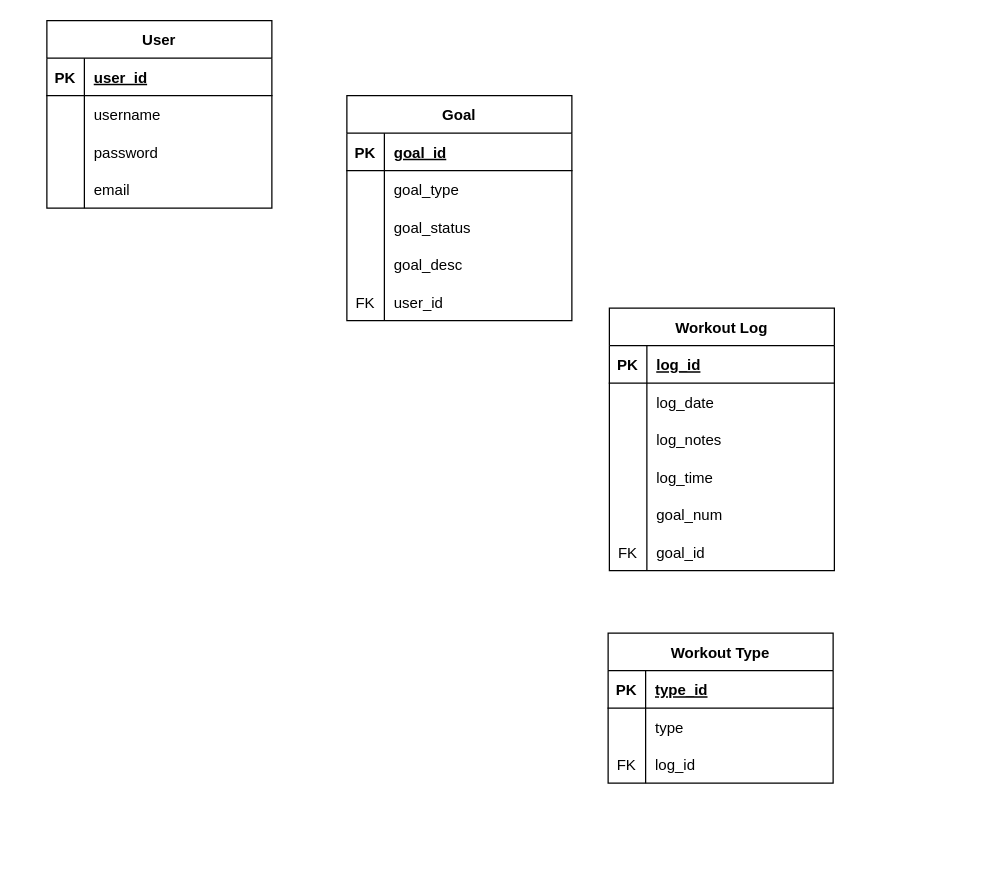
Before: erd.dio in RamonHODS/GIT-FIT-BRUV, a draw.io diagram. Source tidied: cells renumbered, new cells numbered last; positions are measured from the earlier drawing's top-left corner, leaving out a move shared by most shapes. Both pictures are drawn from the tidied source at 125%, with x=0, y=0 at pixel (46, 20).
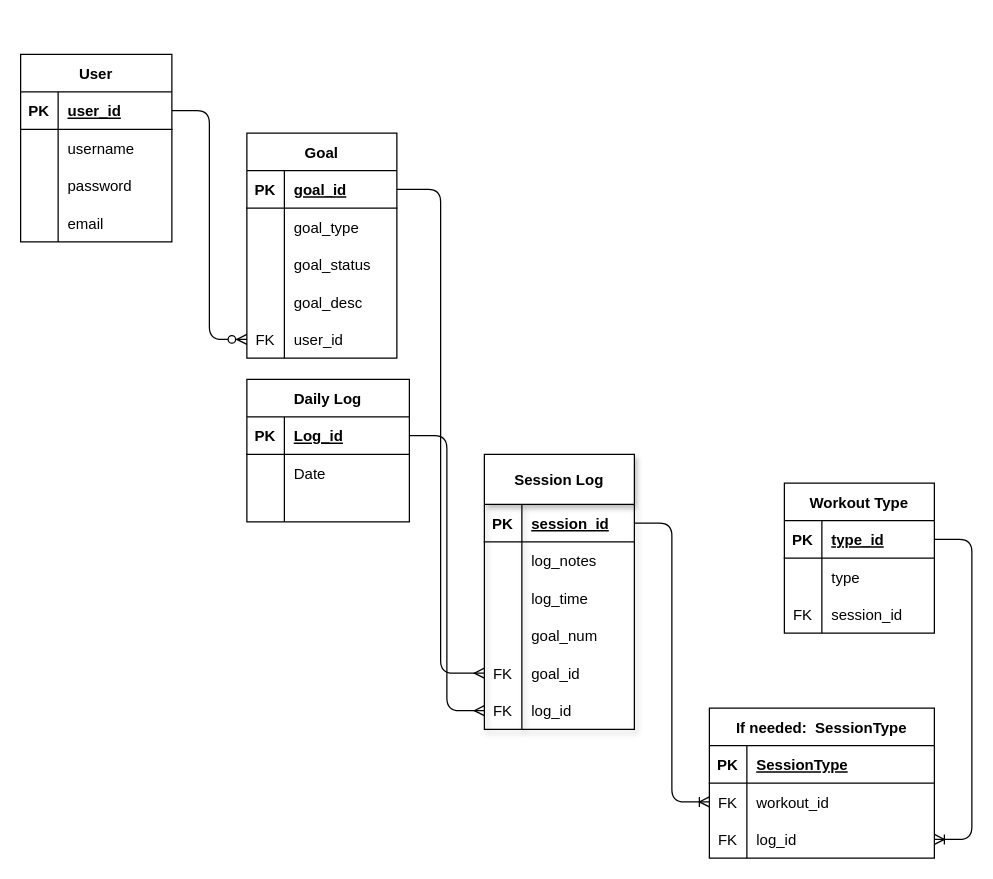
The same diagram, later.

Commit message:
updated erd. changed workout log to session log to provide clarity to through table

The edit, as a diff of the source:
```diff
@@
     <mxCell id="2" value="User" style="shape=table;startSize=30;childLayout=tableLayout;rowLines=0;fontStyle=1;align=center;" parent="1" vertex="1">
-      <mxGeometry width="180" height="150" as="geometry" />
+      <mxGeometry x="-21" y="27" width="121" height="150" as="geometry" />
     </mxCell>
     <mxCell id="3" style="shape=tableRow;horizontal=0;startSize=0;swimlaneHead=0;swimlaneBody=0;fillColor=none;points=[[0,0.5],[1,0.5]];portConstraint=eastwest;top=0;left=0;right=0;bottom=1;" parent="2" vertex="1">
-      <mxGeometry y="30" width="180" height="30" as="geometry" />
+      <mxGeometry y="30" width="121" height="30" as="geometry" />
     </mxCell>
@@
     <mxCell id="5" value="user_id" style="shape=partialRectangle;fillColor=none;top=0;left=0;bottom=0;right=0;align=left;spacingLeft=6;fontStyle=5;overflow=hidden;" parent="3" vertex="1">
-      <mxGeometry x="30" width="150" height="30" as="geometry" />
+      <mxGeometry x="30" width="91" height="30" as="geometry" />
     </mxCell>
     <mxCell id="6" style="shape=tableRow;horizontal=0;startSize=0;swimlaneHead=0;swimlaneBody=0;fillColor=none;top=0;left=0;right=0;bottom=0;" parent="2" vertex="1">
-      <mxGeometry y="60" width="180" height="30" as="geometry" />
+      <mxGeometry y="60" width="121" height="30" as="geometry" />
     </mxCell>
@@
     <mxCell id="8" value="username" style="shape=partialRectangle;fillColor=none;top=0;left=0;bottom=0;right=0;align=left;spacingLeft=6;overflow=hidden;" parent="6" vertex="1">
-      <mxGeometry x="30" width="150" height="30" as="geometry" />
+      <mxGeometry x="30" width="91" height="30" as="geometry" />
     </mxCell>
     <mxCell id="9" style="shape=tableRow;horizontal=0;startSize=0;swimlaneHead=0;swimlaneBody=0;fillColor=none;top=0;left=0;right=0;bottom=0;" parent="2" vertex="1">
-      <mxGeometry y="90" width="180" height="30" as="geometry" />
+      <mxGeometry y="90" width="121" height="30" as="geometry" />
     </mxCell>
@@
     <mxCell id="11" value="password" style="shape=partialRectangle;fillColor=none;top=0;left=0;bottom=0;right=0;align=left;spacingLeft=6;overflow=hidden;" parent="9" vertex="1">
-      <mxGeometry x="30" width="150" height="30" as="geometry" />
+      <mxGeometry x="30" width="91" height="30" as="geometry" />
     </mxCell>
     <mxCell id="12" style="shape=tableRow;horizontal=0;startSize=0;swimlaneHead=0;swimlaneBody=0;fillColor=none;top=0;left=0;right=0;bottom=0;" parent="2" vertex="1">
-      <mxGeometry y="120" width="180" height="30" as="geometry" />
+      <mxGeometry y="120" width="121" height="30" as="geometry" />
     </mxCell>
@@
     <mxCell id="14" value="email" style="shape=partialRectangle;fillColor=none;top=0;left=0;bottom=0;right=0;align=left;spacingLeft=6;overflow=hidden;" parent="12" vertex="1">
-      <mxGeometry x="30" width="150" height="30" as="geometry" />
+      <mxGeometry x="30" width="91" height="30" as="geometry" />
     </mxCell>
-    <mxCell id="15" value="Workout Log" style="shape=table;startSize=30;childLayout=tableLayout;rowLines=0;fontStyle=1;align=center;" parent="1" vertex="1">
-      <mxGeometry x="450" y="230" width="180" height="210" as="geometry" />
+    <mxCell id="15" value="Session Log" style="shape=table;startSize=40;childLayout=tableLayout;rowLines=0;fontStyle=1;align=center;shadow=1;" parent="1" vertex="1">
+      <mxGeometry x="350" y="347" width="120" height="220" as="geometry" />
     </mxCell>
     <mxCell id="16" style="shape=tableRow;horizontal=0;startSize=0;swimlaneHead=0;swimlaneBody=0;fillColor=none;points=[[0,0.5],[1,0.5]];portConstraint=eastwest;top=0;left=0;right=0;bottom=1;" parent="15" vertex="1">
-      <mxGeometry y="30" width="180" height="30" as="geometry" />
+      <mxGeometry y="40" width="120" height="30" as="geometry" />
     </mxCell>
@@
-    <mxCell id="18" value="log_id" style="shape=partialRectangle;fillColor=none;top=0;left=0;bottom=0;right=0;align=left;spacingLeft=6;fontStyle=5;overflow=hidden;" parent="16" vertex="1">
-      <mxGeometry x="30" width="150" height="30" as="geometry" />
+    <mxCell id="18" value="session_id" style="shape=partialRectangle;fillColor=none;top=0;left=0;bottom=0;right=0;align=left;spacingLeft=6;fontStyle=5;overflow=hidden;" parent="16" vertex="1">
+      <mxGeometry x="30" width="90" height="30" as="geometry" />
     </mxCell>
-    <mxCell id="19" style="shape=tableRow;horizontal=0;startSize=0;swimlaneHead=0;swimlaneBody=0;fillColor=none;points=[[0,0.5],[1,0.5]];portConstraint=eastwest;top=0;left=0;right=0;bottom=0;" parent="15" vertex="1">
-      <mxGeometry y="60" width="180" height="30" as="geometry" />
-    </mxCell>
-    <mxCell id="20" style="shape=partialRectangle;fillColor=none;top=0;left=0;bottom=0;right=0;overflow=hidden;" parent="19" vertex="1">
-      <mxGeometry width="30" height="30" as="geometry" />
-    </mxCell>
-    <mxCell id="21" value="log_date" style="shape=partialRectangle;fillColor=none;top=0;left=0;bottom=0;right=0;align=left;spacingLeft=6;overflow=hidden;" parent="19" vertex="1">
-      <mxGeometry x="30" width="150" height="30" as="geometry" />
-    </mxCell>
     <mxCell id="22" style="shape=tableRow;horizontal=0;startSize=0;swimlaneHead=0;swimlaneBody=0;fillColor=none;top=0;left=0;right=0;bottom=0;" parent="15" vertex="1">
-      <mxGeometry y="90" width="180" height="30" as="geometry" />
+      <mxGeometry y="70" width="120" height="30" as="geometry" />
     </mxCell>
@@
     <mxCell id="24" value="log_notes" style="shape=partialRectangle;fillColor=none;top=0;left=0;bottom=0;right=0;align=left;spacingLeft=6;overflow=hidden;" parent="22" vertex="1">
-      <mxGeometry x="30" width="150" height="30" as="geometry" />
+      <mxGeometry x="30" width="90" height="30" as="geometry" />
     </mxCell>
     <mxCell id="25" style="shape=tableRow;horizontal=0;startSize=0;swimlaneHead=0;swimlaneBody=0;fillColor=none;top=0;left=0;right=0;bottom=0;" parent="15" vertex="1">
-      <mxGeometry y="120" width="180" height="30" as="geometry" />
+      <mxGeometry y="100" width="120" height="30" as="geometry" />
     </mxCell>
@@
     <mxCell id="27" value="log_time" style="shape=partialRectangle;fillColor=none;top=0;left=0;bottom=0;right=0;align=left;spacingLeft=6;overflow=hidden;" parent="25" vertex="1">
-      <mxGeometry x="30" width="150" height="30" as="geometry" />
+      <mxGeometry x="30" width="90" height="30" as="geometry" />
     </mxCell>
     <mxCell id="28" style="shape=tableRow;horizontal=0;startSize=0;swimlaneHead=0;swimlaneBody=0;fillColor=none;top=0;left=0;right=0;bottom=0;" parent="15" vertex="1">
-      <mxGeometry y="150" width="180" height="30" as="geometry" />
+      <mxGeometry y="130" width="120" height="30" as="geometry" />
     </mxCell>
@@
     <mxCell id="30" value="goal_num" style="shape=partialRectangle;fillColor=none;top=0;left=0;bottom=0;right=0;align=left;spacingLeft=6;overflow=hidden;" parent="28" vertex="1">
-      <mxGeometry x="30" width="150" height="30" as="geometry" />
+      <mxGeometry x="30" width="90" height="30" as="geometry" />
     </mxCell>
     <mxCell id="31" style="shape=tableRow;horizontal=0;startSize=0;swimlaneHead=0;swimlaneBody=0;fillColor=none;points=[[0,0.5],[1,0.5]];portConstraint=eastwest;top=0;left=0;right=0;bottom=0;" parent="15" vertex="1">
-      <mxGeometry y="180" width="180" height="30" as="geometry" />
+      <mxGeometry y="160" width="120" height="30" as="geometry" />
     </mxCell>
@@
     <mxCell id="33" value="goal_id" style="shape=partialRectangle;fillColor=none;top=0;left=0;bottom=0;right=0;align=left;spacingLeft=6;overflow=hidden;" parent="31" vertex="1">
-      <mxGeometry x="30" width="150" height="30" as="geometry" />
+      <mxGeometry x="30" width="90" height="30" as="geometry" />
     </mxCell>
+    <mxCell id="60" style="shape=tableRow;horizontal=0;startSize=0;swimlaneHead=0;swimlaneBody=0;fillColor=none;points=[[0,0.5],[1,0.5]];portConstraint=eastwest;top=0;left=0;right=0;bottom=0;" parent="15" vertex="1">
+      <mxGeometry y="190" width="120" height="30" as="geometry" />
+    </mxCell>
+    <mxCell id="61" value="FK" style="shape=partialRectangle;fillColor=none;top=0;left=0;bottom=0;right=0;overflow=hidden;" parent="60" vertex="1">
+      <mxGeometry width="30" height="30" as="geometry" />
+    </mxCell>
+    <mxCell id="62" value="log_id" style="shape=partialRectangle;fillColor=none;top=0;left=0;bottom=0;right=0;align=left;spacingLeft=6;overflow=hidden;" parent="60" vertex="1">
+      <mxGeometry x="30" width="90" height="30" as="geometry" />
+    </mxCell>
     <mxCell id="34" value="Goal" style="shape=table;startSize=30;childLayout=tableLayout;rowLines=0;fontStyle=1;align=center;" parent="1" vertex="1">
-      <mxGeometry x="240" y="60" width="180" height="180" as="geometry" />
+      <mxGeometry x="160" y="90" width="120" height="180" as="geometry" />
     </mxCell>
     <mxCell id="35" style="shape=tableRow;horizontal=0;startSize=0;swimlaneHead=0;swimlaneBody=0;fillColor=none;points=[[0,0.5],[1,0.5]];portConstraint=eastwest;top=0;left=0;right=0;bottom=1;" parent="34" vertex="1">
-      <mxGeometry y="30" width="180" height="30" as="geometry" />
+      <mxGeometry y="30" width="120" height="30" as="geometry" />
     </mxCell>
@@
     <mxCell id="37" value="goal_id" style="shape=partialRectangle;fillColor=none;top=0;left=0;bottom=0;right=0;align=left;spacingLeft=6;fontStyle=5;overflow=hidden;" parent="35" vertex="1">
-      <mxGeometry x="30" width="150" height="30" as="geometry" />
+      <mxGeometry x="30" width="90" height="30" as="geometry" />
     </mxCell>
     <mxCell id="38" style="shape=tableRow;horizontal=0;startSize=0;swimlaneHead=0;swimlaneBody=0;fillColor=none;top=0;left=0;right=0;bottom=0;" parent="34" vertex="1">
-      <mxGeometry y="60" width="180" height="30" as="geometry" />
+      <mxGeometry y="60" width="120" height="30" as="geometry" />
     </mxCell>
@@
     <mxCell id="40" value="goal_type" style="shape=partialRectangle;fillColor=none;top=0;left=0;bottom=0;right=0;align=left;spacingLeft=6;overflow=hidden;" parent="38" vertex="1">
-      <mxGeometry x="30" width="150" height="30" as="geometry" />
+      <mxGeometry x="30" width="90" height="30" as="geometry" />
     </mxCell>
     <mxCell id="41" style="shape=tableRow;horizontal=0;startSize=0;swimlaneHead=0;swimlaneBody=0;fillColor=none;top=0;left=0;right=0;bottom=0;" parent="34" vertex="1">
-      <mxGeometry y="90" width="180" height="30" as="geometry" />
+      <mxGeometry y="90" width="120" height="30" as="geometry" />
     </mxCell>
@@
     <mxCell id="43" value="goal_status" style="shape=partialRectangle;fillColor=none;top=0;left=0;bottom=0;right=0;align=left;spacingLeft=6;overflow=hidden;" parent="41" vertex="1">
-      <mxGeometry x="30" width="150" height="30" as="geometry" />
+      <mxGeometry x="30" width="90" height="30" as="geometry" />
     </mxCell>
     <mxCell id="44" style="shape=tableRow;horizontal=0;startSize=0;swimlaneHead=0;swimlaneBody=0;fillColor=none;top=0;left=0;right=0;bottom=0;" parent="34" vertex="1">
-      <mxGeometry y="120" width="180" height="30" as="geometry" />
+      <mxGeometry y="120" width="120" height="30" as="geometry" />
     </mxCell>
@@
     <mxCell id="46" value="goal_desc" style="shape=partialRectangle;fillColor=none;top=0;left=0;bottom=0;right=0;align=left;spacingLeft=6;overflow=hidden;" parent="44" vertex="1">
-      <mxGeometry x="30" width="150" height="30" as="geometry" />
+      <mxGeometry x="30" width="90" height="30" as="geometry" />
     </mxCell>
     <mxCell id="47" style="shape=tableRow;horizontal=0;startSize=0;swimlaneHead=0;swimlaneBody=0;fillColor=none;points=[[0,0.5],[1,0.5]];portConstraint=eastwest;top=0;left=0;right=0;bottom=0;" parent="34" vertex="1">
-      <mxGeometry y="150" width="180" height="30" as="geometry" />
+      <mxGeometry y="150" width="120" height="30" as="geometry" />
     </mxCell>
@@
     <mxCell id="49" value="user_id" style="shape=partialRectangle;fillColor=none;top=0;left=0;bottom=0;right=0;align=left;spacingLeft=6;overflow=hidden;" parent="47" vertex="1">
-      <mxGeometry x="30" width="150" height="30" as="geometry" />
+      <mxGeometry x="30" width="90" height="30" as="geometry" />
     </mxCell>
     <mxCell id="50" value="Workout Type" style="shape=table;startSize=30;childLayout=tableLayout;rowLines=0;fontStyle=1;align=center;" parent="1" vertex="1">
-      <mxGeometry x="449" y="490" width="180" height="120" as="geometry" />
+      <mxGeometry x="590" y="370" width="120" height="120" as="geometry" />
     </mxCell>
     <mxCell id="51" style="shape=tableRow;horizontal=0;startSize=0;swimlaneHead=0;swimlaneBody=0;fillColor=none;points=[[0,0.5],[1,0.5]];portConstraint=eastwest;top=0;left=0;right=0;bottom=1;" parent="50" vertex="1">
-      <mxGeometry y="30" width="180" height="30" as="geometry" />
+      <mxGeometry y="30" width="120" height="30" as="geometry" />
     </mxCell>
@@
     <mxCell id="53" value="type_id" style="shape=partialRectangle;fillColor=none;top=0;left=0;bottom=0;right=0;align=left;spacingLeft=6;fontStyle=5;overflow=hidden;" parent="51" vertex="1">
-      <mxGeometry x="30" width="150" height="30" as="geometry" />
+      <mxGeometry x="30" width="90" height="30" as="geometry" />
     </mxCell>
     <mxCell id="54" style="shape=tableRow;horizontal=0;startSize=0;swimlaneHead=0;swimlaneBody=0;fillColor=none;top=0;left=0;right=0;bottom=0;" parent="50" vertex="1">
-      <mxGeometry y="60" width="180" height="30" as="geometry" />
+      <mxGeometry y="60" width="120" height="30" as="geometry" />
     </mxCell>
@@
     <mxCell id="56" value="type" style="shape=partialRectangle;fillColor=none;top=0;left=0;bottom=0;right=0;align=left;spacingLeft=6;overflow=hidden;" parent="54" vertex="1">
-      <mxGeometry x="30" width="150" height="30" as="geometry" />
+      <mxGeometry x="30" width="90" height="30" as="geometry" />
     </mxCell>
     <mxCell id="57" style="shape=tableRow;horizontal=0;startSize=0;swimlaneHead=0;swimlaneBody=0;fillColor=none;top=0;left=0;right=0;bottom=0;" parent="50" vertex="1">
-      <mxGeometry y="90" width="180" height="30" as="geometry" />
+      <mxGeometry y="90" width="120" height="30" as="geometry" />
     </mxCell>
@@
-    <mxCell id="59" value="log_id" style="shape=partialRectangle;fillColor=none;top=0;left=0;bottom=0;right=0;align=left;spacingLeft=6;overflow=hidden;" parent="57" vertex="1">
-      <mxGeometry x="30" width="150" height="30" as="geometry" />
+    <mxCell id="59" value="session_id" style="shape=partialRectangle;fillColor=none;top=0;left=0;bottom=0;right=0;align=left;spacingLeft=6;overflow=hidden;" parent="57" vertex="1">
+      <mxGeometry x="30" width="90" height="30" as="geometry" />
     </mxCell>
+    <mxCell id="63" value="Daily Log" style="shape=table;startSize=30;childLayout=tableLayout;rowLines=0;fontStyle=1;align=center;" parent="1" vertex="1">
+      <mxGeometry x="160" y="287" width="130" height="114" as="geometry" />
+    </mxCell>
+    <mxCell id="64" style="shape=tableRow;horizontal=0;startSize=0;swimlaneHead=0;swimlaneBody=0;fillColor=none;points=[[0,0.5],[1,0.5]];portConstraint=eastwest;top=0;left=0;right=0;bottom=1;" parent="63" vertex="1">
+      <mxGeometry y="30" width="130" height="30" as="geometry" />
+    </mxCell>
+    <mxCell id="65" value="PK" style="shape=partialRectangle;fillColor=none;top=0;left=0;bottom=0;right=0;fontStyle=1;overflow=hidden;" parent="64" vertex="1">
+      <mxGeometry width="30" height="30" as="geometry" />
+    </mxCell>
+    <mxCell id="66" value="Log_id" style="shape=partialRectangle;fillColor=none;top=0;left=0;bottom=0;right=0;align=left;spacingLeft=6;fontStyle=5;overflow=hidden;" parent="64" vertex="1">
+      <mxGeometry x="30" width="100" height="30" as="geometry" />
+    </mxCell>
+    <mxCell id="67" style="shape=tableRow;horizontal=0;startSize=0;swimlaneHead=0;swimlaneBody=0;fillColor=none;top=0;left=0;right=0;bottom=0;" parent="63" vertex="1">
+      <mxGeometry y="60" width="130" height="30" as="geometry" />
+    </mxCell>
+    <mxCell id="20" style="shape=partialRectangle;fillColor=none;top=0;left=0;bottom=0;right=0;overflow=hidden;" parent="67" vertex="1">
+      <mxGeometry width="30" height="30" as="geometry" />
+    </mxCell>
+    <mxCell id="68" value="Date" style="shape=partialRectangle;fillColor=none;top=0;left=0;bottom=0;right=0;align=left;spacingLeft=6;overflow=hidden;" parent="67" vertex="1">
+      <mxGeometry x="30" width="100" height="30" as="geometry" />
+    </mxCell>
+    <mxCell id="69" style="shape=tableRow;horizontal=0;startSize=0;swimlaneHead=0;swimlaneBody=0;fillColor=none;top=0;left=0;right=0;bottom=0;" parent="63" vertex="1">
+      <mxGeometry y="90" width="130" height="24" as="geometry" />
+    </mxCell>
+    <mxCell id="70" style="shape=partialRectangle;fillColor=none;top=0;left=0;bottom=0;right=0;overflow=hidden;" parent="69" vertex="1">
+      <mxGeometry width="30" height="24" as="geometry" />
+    </mxCell>
+    <mxCell id="71" style="shape=partialRectangle;fillColor=none;top=0;left=0;bottom=0;right=0;align=left;spacingLeft=6;overflow=hidden;" parent="69" vertex="1">
+      <mxGeometry x="30" width="100" height="24" as="geometry" />
+    </mxCell>
+    <mxCell id="72" style="edgeStyle=entityRelationEdgeStyle;fontSize=12;html=1;endArrow=ERzeroToMany;endFill=1;exitX=1;exitY=0.5;exitDx=0;exitDy=0;entryX=0;entryY=0.5;entryDx=0;entryDy=0;" parent="1" edge="1" source="3" target="47">
+      <mxGeometry relative="1" as="geometry" />
+    </mxCell>
+    <mxCell id="73" style="edgeStyle=elbowEdgeStyle;fontSize=12;html=1;endArrow=ERmany;exitX=1;exitY=0.5;exitDx=0;exitDy=0;" parent="1" edge="1" source="35" target="31">
+      <mxGeometry relative="1" as="geometry" />
+    </mxCell>
+    <mxCell id="74" style="edgeStyle=entityRelationEdgeStyle;fontSize=12;html=1;endArrow=ERmany;exitX=1;exitY=0.5;exitDx=0;exitDy=0;entryX=0;entryY=0.5;entryDx=0;entryDy=0;" parent="1" edge="1" source="64" target="60">
+      <mxGeometry relative="1" as="geometry" />
+    </mxCell>
+    <mxCell id="75" value="If needed:  SessionType" style="shape=table;startSize=30;childLayout=tableLayout;rowLines=0;fontStyle=1;align=center;" parent="1" vertex="1">
+      <mxGeometry x="530" y="550" width="180" height="120" as="geometry" />
+    </mxCell>
+    <mxCell id="76" style="shape=tableRow;horizontal=0;startSize=0;swimlaneHead=0;swimlaneBody=0;fillColor=none;top=0;left=0;right=0;bottom=1;" parent="75" vertex="1">
+      <mxGeometry y="30" width="180" height="30" as="geometry" />
+    </mxCell>
+    <mxCell id="77" value="PK" style="shape=partialRectangle;fillColor=none;top=0;left=0;bottom=0;right=0;fontStyle=1;overflow=hidden;" parent="76" vertex="1">
+      <mxGeometry width="30" height="30" as="geometry" />
+    </mxCell>
+    <mxCell id="78" value="SessionType" style="shape=partialRectangle;fillColor=none;top=0;left=0;bottom=0;right=0;align=left;spacingLeft=6;fontStyle=5;overflow=hidden;" parent="76" vertex="1">
+      <mxGeometry x="30" width="150" height="30" as="geometry" />
+    </mxCell>
+    <mxCell id="19" style="shape=tableRow;horizontal=0;startSize=0;swimlaneHead=0;swimlaneBody=0;fillColor=none;points=[[0,0.5],[1,0.5]];portConstraint=eastwest;top=0;left=0;right=0;bottom=0;" parent="75" vertex="1">
+      <mxGeometry y="60" width="180" height="30" as="geometry" />
+    </mxCell>
+    <mxCell id="79" value="FK" style="shape=partialRectangle;fillColor=none;top=0;left=0;bottom=0;right=0;overflow=hidden;" parent="19" vertex="1">
+      <mxGeometry width="30" height="30" as="geometry" />
+    </mxCell>
+    <mxCell id="80" value="workout_id" style="shape=partialRectangle;fillColor=none;top=0;left=0;bottom=0;right=0;align=left;spacingLeft=6;overflow=hidden;" parent="19" vertex="1">
+      <mxGeometry x="30" width="150" height="30" as="geometry" />
+    </mxCell>
+    <mxCell id="81" style="shape=tableRow;horizontal=0;startSize=0;swimlaneHead=0;swimlaneBody=0;fillColor=none;points=[[0,0.5],[1,0.5]];portConstraint=eastwest;top=0;left=0;right=0;bottom=0;" parent="75" vertex="1">
+      <mxGeometry y="90" width="180" height="30" as="geometry" />
+    </mxCell>
+    <mxCell id="82" value="FK" style="shape=partialRectangle;fillColor=none;top=0;left=0;bottom=0;right=0;overflow=hidden;" parent="81" vertex="1">
+      <mxGeometry width="30" height="30" as="geometry" />
+    </mxCell>
+    <mxCell id="83" value="log_id" style="shape=partialRectangle;fillColor=none;top=0;left=0;bottom=0;right=0;align=left;spacingLeft=6;overflow=hidden;" parent="81" vertex="1">
+      <mxGeometry x="30" width="150" height="30" as="geometry" />
+    </mxCell>
+    <mxCell id="84" style="edgeStyle=entityRelationEdgeStyle;fontSize=12;html=1;endArrow=ERoneToMany;entryX=0;entryY=0.5;entryDx=0;entryDy=0;exitX=1;exitY=0.5;exitDx=0;exitDy=0;" parent="1" edge="1" source="16" target="19">
+      <mxGeometry relative="1" as="geometry" />
+    </mxCell>
+    <mxCell id="85" style="edgeStyle=entityRelationEdgeStyle;fontSize=12;html=1;endArrow=ERoneToMany;exitX=1;exitY=0.5;exitDx=0;exitDy=0;entryX=1;entryY=0.5;entryDx=0;entryDy=0;" parent="1" edge="1" source="51" target="81">
+      <mxGeometry relative="1" as="geometry" />
+    </mxCell>
```
